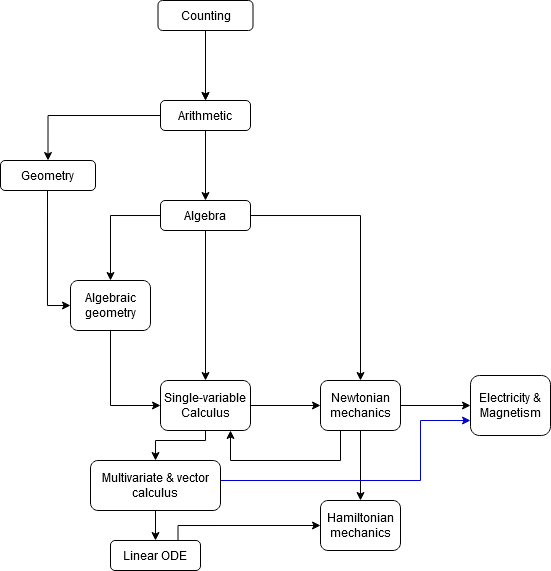
Earlier version of the draw.io export folder/Knowledge tech tree.png (MangledPotat0/knowledge_tech_tree). Source tidied: cells renumbered, new cells last; positions are measured from the earlier drawing's top-left corner, leaving out a move shared by most shapes.
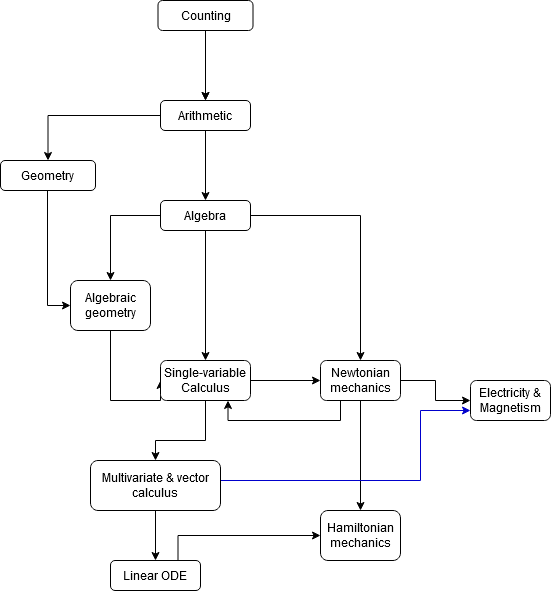
The same diagram one commit later.

Change to the diagram source:
```diff
@@ -53,7 +53,7 @@
     <mxCell id="13" style="edgeStyle=orthogonalEdgeStyle;rounded=0;jettySize=auto;html=1;entryX=0;entryY=0.5;entryDx=0;entryDy=0;" parent="1" edge="1" source="14" target="18">
       <mxGeometry relative="1" as="geometry">
         <Array as="points">
-          <mxPoint x="110" y="405" />
+          <mxPoint x="110" y="400" />
         </Array>
       </mxGeometry>
     </mxCell>
@@ -75,14 +75,13 @@
       </mxGeometry>
     </mxCell>
     <mxCell id="18" value="Single-variable Calculus" style="rounded=1;whiteSpace=wrap;html=1;" parent="1" vertex="1">
-      <mxGeometry x="160" y="380" width="90" height="50" as="geometry" />
+      <mxGeometry x="160" y="360" width="90" height="40" as="geometry" />
     </mxCell>
-    <mxCell id="19" style="edgeStyle=orthogonalEdgeStyle;rounded=0;jettySize=auto;html=1;exitX=0.25;exitY=1;exitDx=0;exitDy=0;" parent="1" edge="1" source="22">
+    <mxCell id="19" style="edgeStyle=orthogonalEdgeStyle;rounded=0;jettySize=auto;html=1;exitX=0.25;exitY=1;exitDx=0;exitDy=0;entryX=0.75;entryY=1;entryDx=0;entryDy=0;" parent="1" edge="1" source="22" target="18">
       <mxGeometry relative="1" as="geometry">
-        <mxPoint x="230" y="430" as="targetPoint" />
         <Array as="points">
-          <mxPoint x="340" y="460" />
-          <mxPoint x="230" y="460" />
+          <mxPoint x="340" y="420" />
+          <mxPoint x="228" y="420" />
         </Array>
       </mxGeometry>
     </mxCell>
@@ -93,22 +92,22 @@
       <mxGeometry relative="1" as="geometry" />
     </mxCell>
     <mxCell id="22" value="Newtonian mechanics" style="rounded=1;whiteSpace=wrap;html=1;" parent="1" vertex="1">
-      <mxGeometry x="320" y="380" width="80" height="50" as="geometry" />
+      <mxGeometry x="320" y="360" width="80" height="40" as="geometry" />
     </mxCell>
     <mxCell id="23" value="Hamiltonian mechanics" style="rounded=1;whiteSpace=wrap;html=1;" parent="1" vertex="1">
-      <mxGeometry x="320" y="500" width="80" height="50" as="geometry" />
+      <mxGeometry x="320" y="510" width="80" height="50" as="geometry" />
     </mxCell>
     <mxCell id="24" value="Electricity &amp;amp; Magnetism" style="rounded=1;whiteSpace=wrap;html=1;" parent="1" vertex="1">
-      <mxGeometry x="470" y="375" width="80" height="60" as="geometry" />
+      <mxGeometry x="470" y="380" width="80" height="40" as="geometry" />
     </mxCell>
     <mxCell id="25" style="edgeStyle=orthogonalEdgeStyle;rounded=0;jettySize=auto;html=1;exitX=0.5;exitY=1;exitDx=0;exitDy=0;entryX=0.5;entryY=0;entryDx=0;entryDy=0;" parent="1" edge="1" source="27" target="29">
       <mxGeometry relative="1" as="geometry" />
     </mxCell>
-    <mxCell id="26" style="edgeStyle=orthogonalEdgeStyle;rounded=0;jettySize=auto;html=1;entryX=0;entryY=0.75;entryDx=0;entryDy=0;strokeColor=#0000CC;" parent="1" edge="1" source="27" target="24">
+    <mxCell id="26" style="edgeStyle=orthogonalEdgeStyle;rounded=0;jettySize=auto;html=1;strokeColor=#0000CC;entryX=0;entryY=0.75;entryDx=0;entryDy=0;" parent="1" edge="1" source="27" target="24">
       <mxGeometry relative="1" as="geometry">
         <Array as="points">
           <mxPoint x="420" y="480" />
-          <mxPoint x="420" y="420" />
+          <mxPoint x="420" y="410" />
         </Array>
       </mxGeometry>
     </mxCell>
@@ -118,12 +117,12 @@
     <mxCell id="28" style="edgeStyle=orthogonalEdgeStyle;rounded=0;jettySize=auto;html=1;exitX=0.75;exitY=0;exitDx=0;exitDy=0;entryX=0;entryY=0.5;entryDx=0;entryDy=0;" parent="1" edge="1" source="29" target="23">
       <mxGeometry relative="1" as="geometry">
         <Array as="points">
-          <mxPoint x="178" y="525" />
+          <mxPoint x="178" y="535" />
         </Array>
       </mxGeometry>
     </mxCell>
     <mxCell id="29" value="Linear ODE" style="rounded=1;whiteSpace=wrap;html=1;" parent="1" vertex="1">
-      <mxGeometry x="110" y="540" width="90" height="30" as="geometry" />
+      <mxGeometry x="110" y="560" width="90" height="30" as="geometry" />
     </mxCell>
   </root>
 </mxGraphModel>
```
